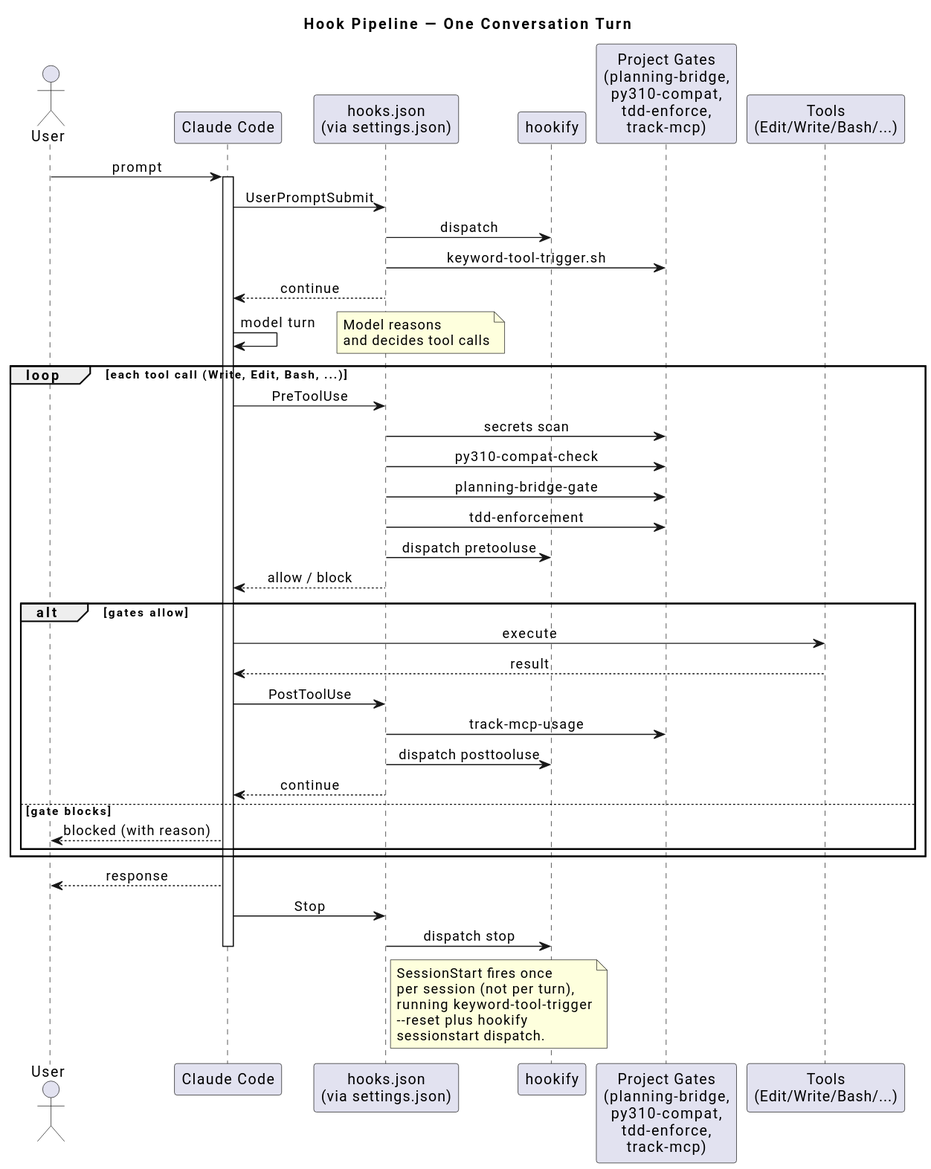
Earlier version of the PlantUML export docs/architecture/diagrams/hook_pipeline.svg (ByronWilliamsCPA/.claude). The source it was exported from:
```plantuml
@startuml

title Hook Pipeline — One Conversation Turn

skinparam sequenceMessageAlign center
skinparam shadowing false
skinparam defaultFontName Roboto

actor User
participant "Claude Code" as CC
participant "hooks.json\n(via settings.json)" as Hooks
participant "hookify" as Hookify
participant "Project Gates\n(planning-bridge,\npy310-compat,\ntdd-enforce,\ntrack-mcp)" as Gates
participant "Tools\n(Edit/Write/Bash/...)" as Tools

User -> CC : prompt
activate CC

CC -> Hooks : UserPromptSubmit
Hooks -> Hookify : dispatch
Hooks -> Gates : keyword-tool-trigger.sh
Hooks --> CC : continue

CC -> CC : model turn
note right : Model reasons\nand decides tool calls

loop each tool call (Write, Edit, Bash, ...)
  CC -> Hooks : PreToolUse
  Hooks -> Gates : secrets scan
  Hooks -> Gates : py310-compat-check
  Hooks -> Gates : planning-bridge-gate
  Hooks -> Gates : tdd-enforcement
  Hooks -> Hookify : dispatch pretooluse
  Hooks --> CC : allow / block

  alt gates allow
    CC -> Tools : execute
    Tools --> CC : result
    CC -> Hooks : PostToolUse
    Hooks -> Gates : track-mcp-usage
    Hooks -> Hookify : dispatch posttooluse
    Hooks --> CC : continue
  else gate blocks
    CC --> User : blocked (with reason)
  end
end

CC --> User : response
CC -> Hooks : Stop
Hooks -> Hookify : dispatch stop
deactivate CC

note right of Hooks
  SessionStart fires once
  per session (not per turn),
  running keyword-tool-trigger
  --reset plus hookify
  sessionstart dispatch.
end note
@enduml
```
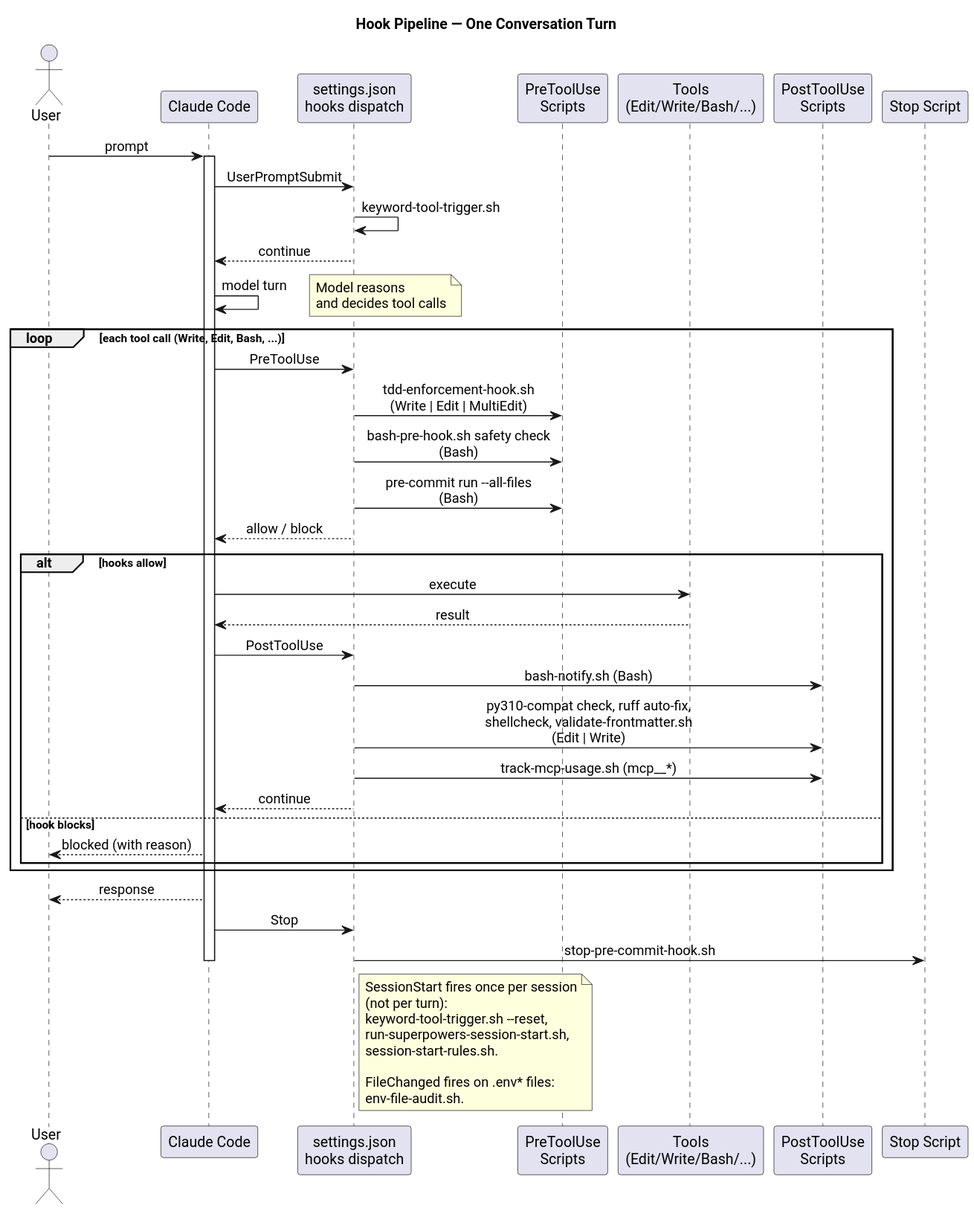
Later version of the same file.

Commit message:
docs(diagram): regenerate hook_pipeline.svg from updated PUML source

The PUML source was rewritten in a prior commit to show the actual
hook scripts from both settings files. Regenerate the SVG to match
using the plantuml.jar from the image_detection tools directory.

What changed in the source:
```diff
@@ -8,17 +8,17 @@
 
 actor User
 participant "Claude Code" as CC
-participant "hooks.json\n(via settings.json)" as Hooks
-participant "hookify" as Hookify
-participant "Project Gates\n(planning-bridge,\npy310-compat,\ntdd-enforce,\ntrack-mcp)" as Gates
+participant "settings.json\nhooks dispatch" as Hooks
+participant "PreToolUse\nScripts" as Pre
 participant "Tools\n(Edit/Write/Bash/...)" as Tools
+participant "PostToolUse\nScripts" as Post
+participant "Stop Script" as Stop
 
 User -> CC : prompt
 activate CC
 
 CC -> Hooks : UserPromptSubmit
-Hooks -> Hookify : dispatch
-Hooks -> Gates : keyword-tool-trigger.sh
+Hooks -> Hooks : keyword-tool-trigger.sh
 Hooks --> CC : continue
 
 CC -> CC : model turn
@@ -26,35 +26,37 @@
 
 loop each tool call (Write, Edit, Bash, ...)
   CC -> Hooks : PreToolUse
-  Hooks -> Gates : secrets scan
-  Hooks -> Gates : py310-compat-check
-  Hooks -> Gates : planning-bridge-gate
-  Hooks -> Gates : tdd-enforcement
-  Hooks -> Hookify : dispatch pretooluse
+  Hooks -> Pre : tdd-enforcement-hook.sh\n(Write | Edit | MultiEdit)
+  Hooks -> Pre : bash-pre-hook.sh safety check\n(Bash)
+  Hooks -> Pre : pre-commit run --all-files\n(Bash)
   Hooks --> CC : allow / block
 
-  alt gates allow
+  alt hooks allow
     CC -> Tools : execute
     Tools --> CC : result
     CC -> Hooks : PostToolUse
-    Hooks -> Gates : track-mcp-usage
-    Hooks -> Hookify : dispatch posttooluse
+    Hooks -> Post : bash-notify.sh (Bash)
+    Hooks -> Post : py310-compat check, ruff auto-fix,\nshellcheck, validate-frontmatter.sh\n(Edit | Write)
+    Hooks -> Post : track-mcp-usage.sh (mcp__*)
     Hooks --> CC : continue
-  else gate blocks
+  else hook blocks
     CC --> User : blocked (with reason)
   end
 end
 
 CC --> User : response
 CC -> Hooks : Stop
-Hooks -> Hookify : dispatch stop
+Hooks -> Stop : stop-pre-commit-hook.sh
 deactivate CC
 
 note right of Hooks
-  SessionStart fires once
-  per session (not per turn),
-  running keyword-tool-trigger
-  --reset plus hookify
-  sessionstart dispatch.
+  SessionStart fires once per session
+  (not per turn):
+  keyword-tool-trigger.sh --reset,
+  run-superpowers-session-start.sh,
+  session-start-rules.sh.
+
+  FileChanged fires on .env* files:
+  env-file-audit.sh.
 end note
 @enduml
```
